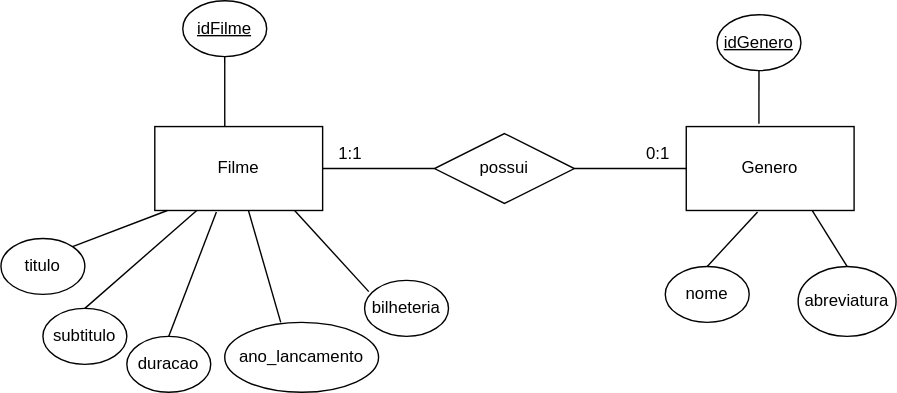
Above: filme-exec04.svg in andremelchior/MERs (draw.io), before the change. Source tidied: cells renumbered, new cells last; positions are measured from the earlier drawing's top-left corner, leaving out a move shared by most shapes. Its diagram source:
```xml
<mxGraphModel>
  <root>
    <mxCell id="0" />
    <mxCell id="1" parent="0" />
    <mxCell id="2" value="Filme" style="rounded=0;whiteSpace=wrap;html=1;" parent="1" vertex="1">
      <mxGeometry x="110" y="90" width="120" height="60" as="geometry" />
    </mxCell>
    <mxCell id="3" value="Genero" style="rounded=0;whiteSpace=wrap;html=1;" parent="1" vertex="1">
      <mxGeometry x="490" y="90" width="120" height="60" as="geometry" />
    </mxCell>
    <mxCell id="4" value="possui" style="rhombus;whiteSpace=wrap;html=1;" parent="1" vertex="1">
      <mxGeometry x="310" y="95" width="100" height="50" as="geometry" />
    </mxCell>
    <mxCell id="5" style="endArrow=none;html=1;rounded=0;entryX=0;entryY=0.5;entryDx=0;entryDy=0;exitX=1;exitY=0.5;exitDx=0;exitDy=0;" parent="1" edge="1" source="2" target="4">
      <mxGeometry relative="1" as="geometry" />
    </mxCell>
    <mxCell id="6" style="endArrow=none;html=1;rounded=0;entryX=0;entryY=0.5;entryDx=0;entryDy=0;" parent="1" edge="1" source="4" target="3">
      <mxGeometry relative="1" as="geometry" />
    </mxCell>
    <mxCell id="7" value="1:1" style="text;html=1;align=center;verticalAlign=middle;whiteSpace=wrap;rounded=0;" parent="1" vertex="1">
      <mxGeometry x="220" y="95" width="60" height="30" as="geometry" />
    </mxCell>
    <mxCell id="8" value="0:1" style="text;html=1;align=center;verticalAlign=middle;whiteSpace=wrap;rounded=0;" parent="1" vertex="1">
      <mxGeometry x="440" y="95" width="60" height="30" as="geometry" />
    </mxCell>
    <mxCell id="9" value="&lt;u&gt;idFilme&lt;/u&gt;" style="ellipse;whiteSpace=wrap;html=1;" parent="1" vertex="1">
      <mxGeometry x="130" width="60" height="40" as="geometry" />
    </mxCell>
    <mxCell id="10" value="titulo" style="ellipse;whiteSpace=wrap;html=1;" parent="1" vertex="1">
      <mxGeometry y="170" width="60" height="40" as="geometry" />
    </mxCell>
    <mxCell id="11" value="subtitulo" style="ellipse;whiteSpace=wrap;html=1;" parent="1" vertex="1">
      <mxGeometry x="30" y="220" width="60" height="40" as="geometry" />
    </mxCell>
    <mxCell id="12" value="ano_lancamento" style="ellipse;whiteSpace=wrap;html=1;" parent="1" vertex="1">
      <mxGeometry x="160" y="230" width="110" height="50" as="geometry" />
    </mxCell>
    <mxCell id="13" value="duracao" style="ellipse;whiteSpace=wrap;html=1;" parent="1" vertex="1">
      <mxGeometry x="90" y="240" width="60" height="40" as="geometry" />
    </mxCell>
    <mxCell id="14" value="bilheteria" style="ellipse;whiteSpace=wrap;html=1;" parent="1" vertex="1">
      <mxGeometry x="260" y="200" width="60" height="40" as="geometry" />
    </mxCell>
    <mxCell id="15" style="endArrow=none;html=1;rounded=0;entryX=0.075;entryY=1;entryDx=0;entryDy=0;entryPerimeter=0;exitX=1;exitY=0;exitDx=0;exitDy=0;" parent="1" edge="1" source="10" target="2">
      <mxGeometry relative="1" as="geometry" />
    </mxCell>
    <mxCell id="16" style="endArrow=none;html=1;rounded=0;entryX=0.25;entryY=1;entryDx=0;entryDy=0;exitX=0.5;exitY=0;exitDx=0;exitDy=0;" parent="1" edge="1" source="11" target="2">
      <mxGeometry relative="1" as="geometry" />
    </mxCell>
    <mxCell id="17" style="endArrow=none;html=1;rounded=0;exitX=0.5;exitY=0;exitDx=0;exitDy=0;entryX=0.367;entryY=1.017;entryDx=0;entryDy=0;entryPerimeter=0;" parent="1" edge="1" source="13" target="2">
      <mxGeometry relative="1" as="geometry" />
    </mxCell>
    <mxCell id="18" style="endArrow=none;html=1;rounded=0;entryX=0.558;entryY=1;entryDx=0;entryDy=0;entryPerimeter=0;exitX=0.364;exitY=0;exitDx=0;exitDy=0;exitPerimeter=0;" parent="1" edge="1" source="12" target="2">
      <mxGeometry relative="1" as="geometry" />
    </mxCell>
    <mxCell id="19" style="endArrow=none;html=1;rounded=0;entryX=0.833;entryY=1;entryDx=0;entryDy=0;entryPerimeter=0;exitX=0.05;exitY=0.2;exitDx=0;exitDy=0;exitPerimeter=0;" parent="1" edge="1" source="14" target="2">
      <mxGeometry relative="1" as="geometry" />
    </mxCell>
    <mxCell id="20" style="endArrow=none;html=1;rounded=0;entryX=0.5;entryY=1;entryDx=0;entryDy=0;exitX=0.417;exitY=0;exitDx=0;exitDy=0;exitPerimeter=0;" parent="1" edge="1" source="2" target="9">
      <mxGeometry relative="1" as="geometry" />
    </mxCell>
    <mxCell id="21" value="nome" style="ellipse;whiteSpace=wrap;html=1;" parent="1" vertex="1">
      <mxGeometry x="475" y="190" width="60" height="40" as="geometry" />
    </mxCell>
    <mxCell id="22" value="&lt;u&gt;idGenero&lt;/u&gt;" style="ellipse;whiteSpace=wrap;html=1;" parent="1" vertex="1">
      <mxGeometry x="512" y="10" width="60" height="40" as="geometry" />
    </mxCell>
    <mxCell id="23" style="endArrow=none;html=1;rounded=0;entryX=0.5;entryY=1;entryDx=0;entryDy=0;exitX=0.433;exitY=-0.033;exitDx=0;exitDy=0;exitPerimeter=0;" parent="1" edge="1" source="3" target="22">
      <mxGeometry relative="1" as="geometry" />
    </mxCell>
    <mxCell id="24" value="abreviatura" style="ellipse;whiteSpace=wrap;html=1;" parent="1" vertex="1">
      <mxGeometry x="570" y="190" width="70" height="50" as="geometry" />
    </mxCell>
    <mxCell id="25" style="endArrow=none;html=1;rounded=0;entryX=0.425;entryY=1.017;entryDx=0;entryDy=0;entryPerimeter=0;exitX=0.5;exitY=0;exitDx=0;exitDy=0;" parent="1" edge="1" source="21" target="3">
      <mxGeometry relative="1" as="geometry" />
    </mxCell>
    <mxCell id="26" style="endArrow=none;html=1;rounded=0;entryX=0.75;entryY=1;entryDx=0;entryDy=0;exitX=0.5;exitY=0;exitDx=0;exitDy=0;" parent="1" edge="1" source="24" target="3">
      <mxGeometry relative="1" as="geometry" />
    </mxCell>
  </root>
</mxGraphModel>
```
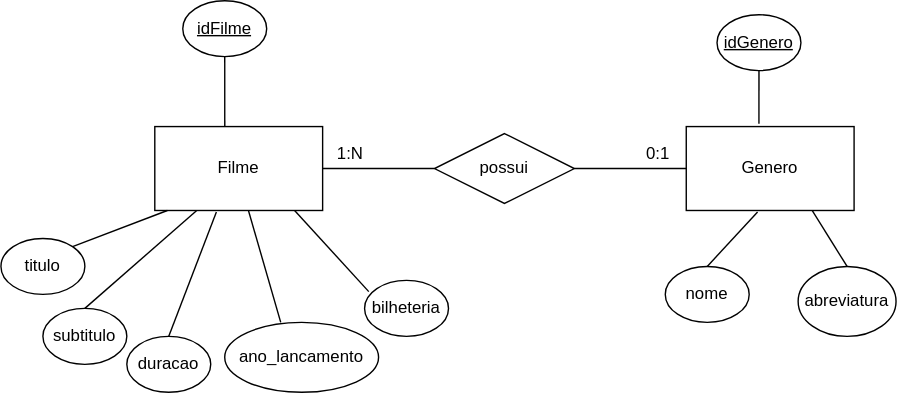
Later version of the same file.

Commit message:
feat: change 'filme-exec04'

The edit, as a diff of the source:
```diff
@@ -17,7 +17,7 @@
     <mxCell id="6" style="endArrow=none;html=1;rounded=0;entryX=0;entryY=0.5;entryDx=0;entryDy=0;" parent="1" edge="1" source="4" target="3">
       <mxGeometry relative="1" as="geometry" />
     </mxCell>
-    <mxCell id="7" value="1:1" style="text;html=1;align=center;verticalAlign=middle;whiteSpace=wrap;rounded=0;" parent="1" vertex="1">
+    <mxCell id="7" value="1:N" style="text;html=1;align=center;verticalAlign=middle;whiteSpace=wrap;rounded=0;" parent="1" vertex="1">
       <mxGeometry x="220" y="95" width="60" height="30" as="geometry" />
     </mxCell>
     <mxCell id="8" value="0:1" style="text;html=1;align=center;verticalAlign=middle;whiteSpace=wrap;rounded=0;" parent="1" vertex="1">
```
